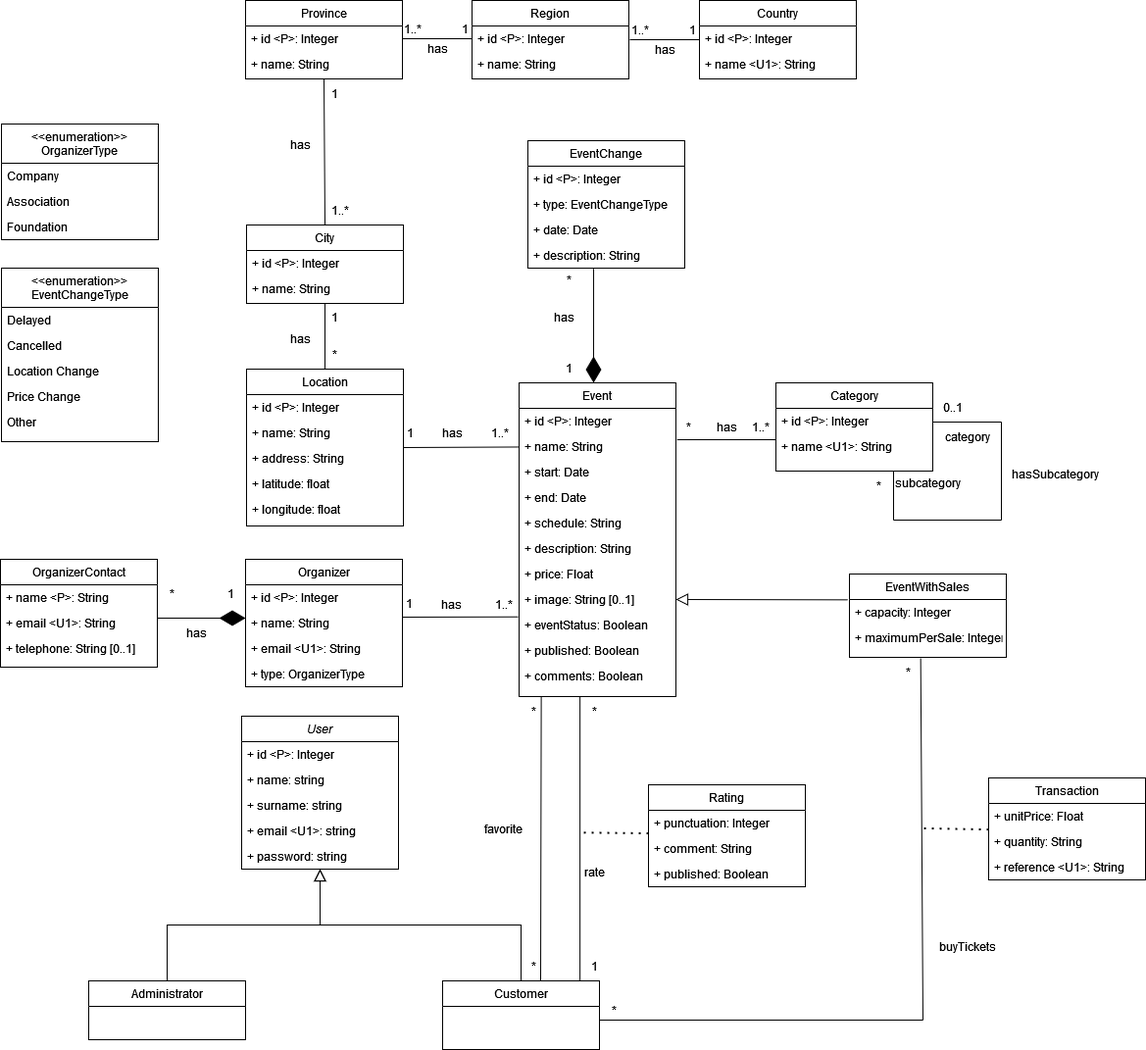
Before: diagrams/conceptual-diagram.drawio.png, a diagram exported from draw.io (danielpilot/event-database). Source tidied: cells renumbered, new cells last; positions are measured from the earlier drawing's top-left corner, leaving out a move shared by most shapes.
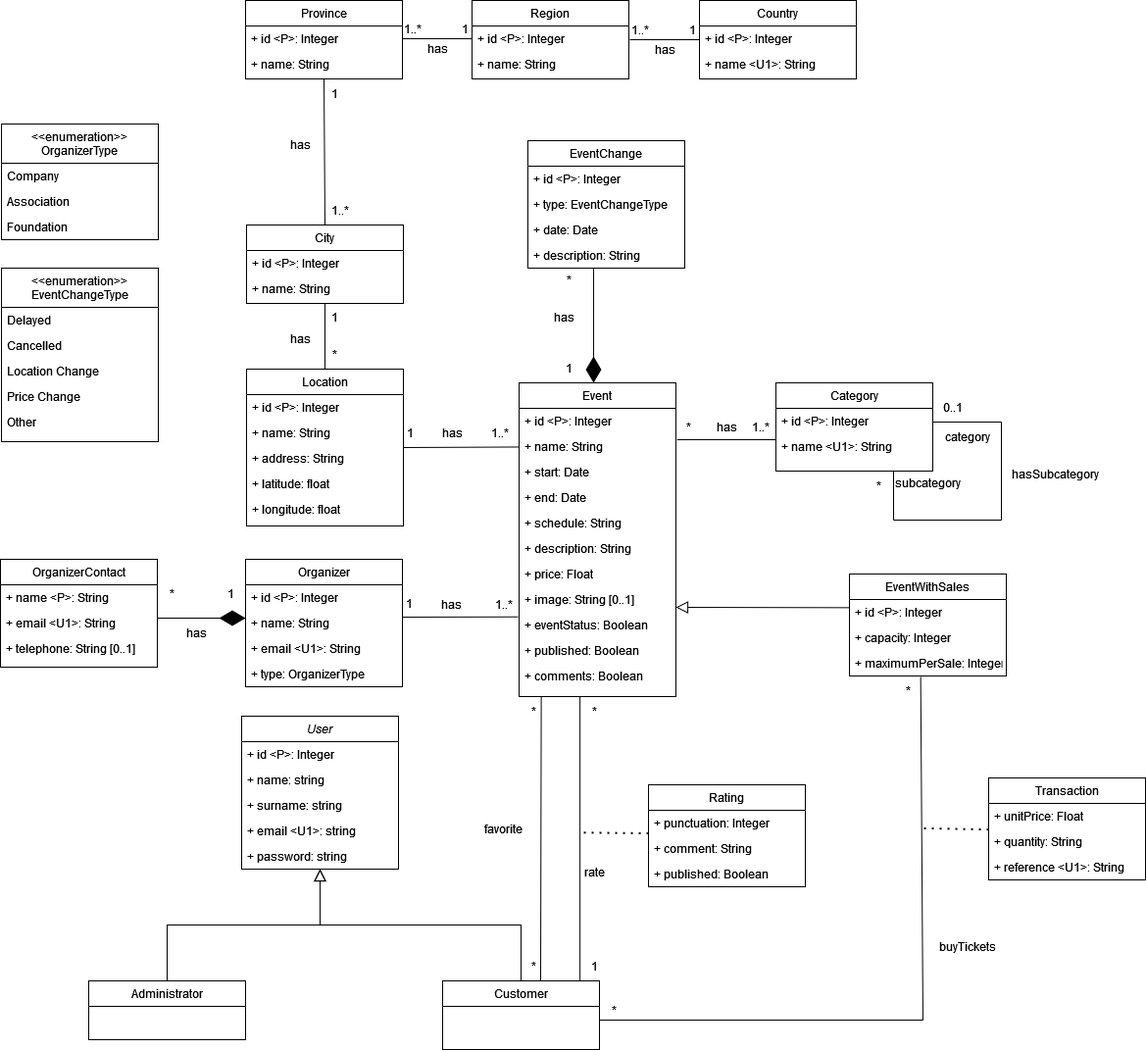
The same file after the commit.

The edit, as a diff of the source:
```diff
@@ -412,15 +412,18 @@
       <mxGeometry x="586" y="874" width="40" height="30" as="geometry" />
     </mxCell>
     <mxCell id="127" value="EventWithSales&#10;" style="swimlane;fontStyle=0;align=center;verticalAlign=top;horizontal=1;startSize=26;rounded=0;shadow=0;strokeWidth=1;" parent="1" vertex="1">
-      <mxGeometry x="866" y="585" width="160" height="85" as="geometry" />
+      <mxGeometry x="866" y="585" width="160" height="104" as="geometry" />
     </mxCell>
+    <mxCell id="141" value="+ id &lt;P&gt;: Integer" style="text;align=left;verticalAlign=top;spacingLeft=4;spacingRight=4;overflow=hidden;points=[[0,0.5],[1,0.5]];portConstraint=eastwest;" parent="127" vertex="1">
+      <mxGeometry y="26" width="160" height="26" as="geometry" />
+    </mxCell>
     <mxCell id="128" value="+ capacity: Integer" style="text;align=left;verticalAlign=top;spacingLeft=4;spacingRight=4;overflow=hidden;points=[[0,0.5],[1,0.5]];portConstraint=eastwest;rounded=0;shadow=0;html=0;" parent="127" vertex="1">
-      <mxGeometry y="26" width="160" height="26" as="geometry" />
+      <mxGeometry y="52" width="160" height="26" as="geometry" />
     </mxCell>
     <mxCell id="129" value="+ maximumPerSale: Integer" style="text;align=left;verticalAlign=top;spacingLeft=4;spacingRight=4;overflow=hidden;rounded=0;shadow=0;html=0;" parent="127" vertex="1">
-      <mxGeometry y="52" width="160" height="26" as="geometry" />
+      <mxGeometry y="78" width="160" height="26" as="geometry" />
     </mxCell>
-    <mxCell id="130" style="endArrow=block;endSize=10;endFill=0;shadow=0;strokeWidth=1;rounded=0;curved=0;edgeStyle=elbowEdgeStyle;elbow=vertical;exitX=-0.011;exitY=0.013;exitDx=0;exitDy=0;exitPerimeter=0;" parent="1" edge="1" source="128" target="20">
+    <mxCell id="130" style="endArrow=block;endSize=10;endFill=0;shadow=0;strokeWidth=1;rounded=0;curved=0;edgeStyle=elbowEdgeStyle;elbow=vertical;exitX=-0.002;exitY=0.321;exitDx=0;exitDy=0;exitPerimeter=0;" parent="1" edge="1" source="141" target="20">
       <mxGeometry relative="1" as="geometry" />
     </mxCell>
     <mxCell id="131" style="endArrow=none;html=1;rounded=0;" parent="1" edge="1">
@@ -438,7 +441,7 @@
       <mxGeometry x="611" y="1015" width="30" height="30" as="geometry" />
     </mxCell>
     <mxCell id="134" value="*" style="text;html=1;align=center;verticalAlign=middle;points=[];strokeColor=none;fillColor=none;" parent="1" vertex="1">
-      <mxGeometry x="911" y="670" width="30" height="30" as="geometry" />
+      <mxGeometry x="911" y="689" width="30" height="30" as="geometry" />
     </mxCell>
     <mxCell id="135" style="endArrow=none;dashed=1;html=1;dashPattern=1 3;strokeWidth=2;rounded=0;entryX=0;entryY=0.904;entryDx=0;entryDy=0;entryPerimeter=0;" parent="1" edge="1">
       <mxGeometry relative="1" as="geometry">
```
